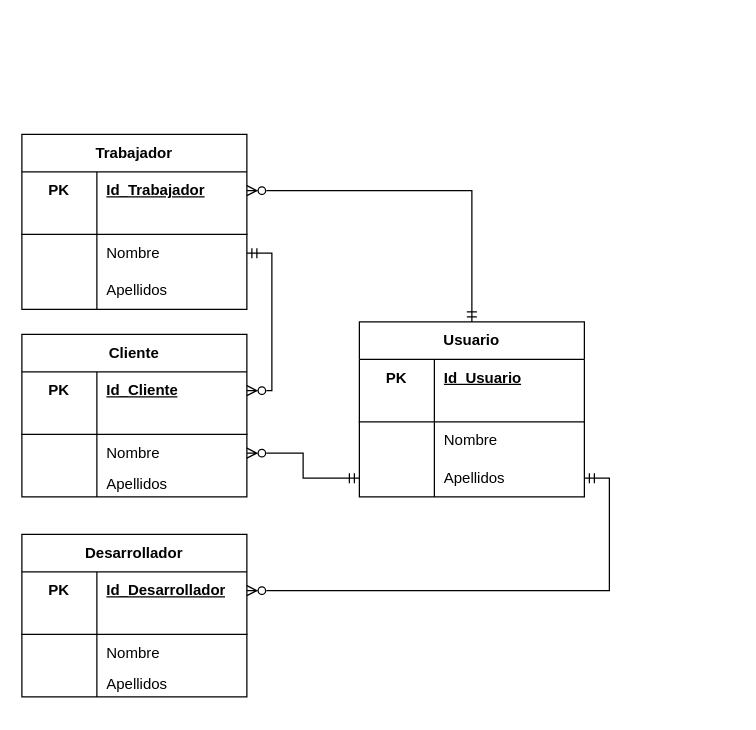
The draw.io diagram Diagrama ER Trabajador.drawio in HuBaMarin/projDespliegue, before the edit. Source tidied: cells renumbered, new cells numbered last; positions are measured from the earlier drawing's top-left corner, leaving out a move shared by most shapes. Both pictures are drawn from the tidied source at 125%, with x=0, y=0 at pixel (21, 134).
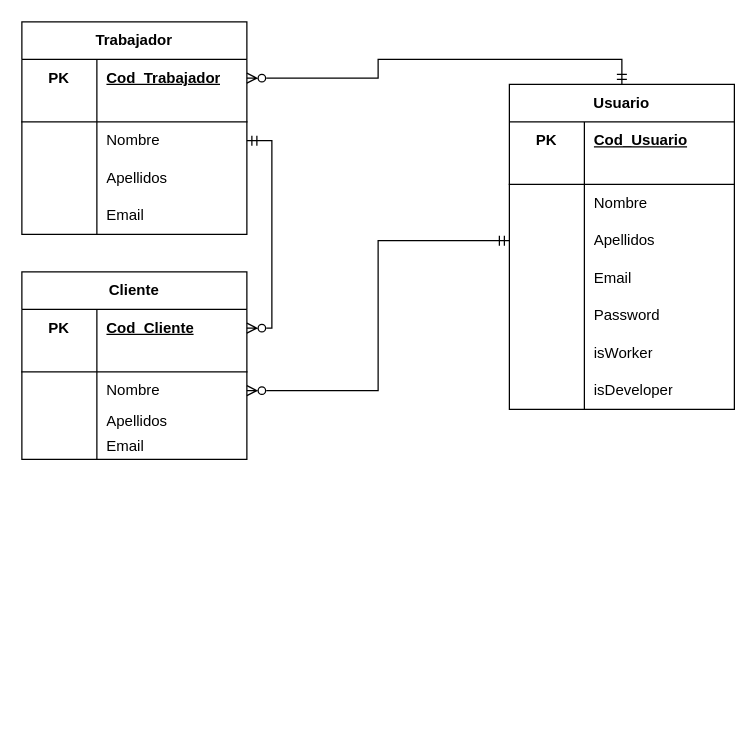
After the change.

The change refers to these unchanged cells:
```xml
<mxCell id="3" style="shape=tableRow;horizontal=0;startSize=0;swimlaneHead=0;swimlaneBody=0;fillColor=none;points=[[0,0.5],[1,0.5]];portConstraint=eastwest;top=0;left=0;right=0;bottom=0;html=1;" parent="2" vertex="1">
  <mxGeometry y="30" width="180" height="30" as="geometry" />
</mxCell>
<mxCell id="16" style="shape=tableRow;horizontal=0;startSize=0;swimlaneHead=0;swimlaneBody=0;fillColor=none;points=[[0,0.5],[1,0.5]];portConstraint=eastwest;top=0;left=0;right=0;bottom=0;html=1;" parent="15" vertex="1">
  <mxGeometry y="30" width="180" height="30" as="geometry" />
</mxCell>
<mxCell id="25" style="shape=tableRow;horizontal=0;startSize=0;swimlaneHead=0;swimlaneBody=0;fillColor=none;points=[[0,0.5],[1,0.5]];portConstraint=eastwest;top=0;left=0;right=0;bottom=0;html=1;" parent="15" vertex="1">
  <mxGeometry y="110" width="180" height="20" as="geometry" />
</mxCell>
<mxCell id="46" style="shape=tableRow;horizontal=0;startSize=0;swimlaneHead=0;swimlaneBody=0;fillColor=none;top=0;left=0;right=0;bottom=0;html=1;" parent="45" vertex="1">
  <mxGeometry y="30" width="180" height="30" as="geometry" />
</mxCell>
<mxCell id="55" style="shape=tableRow;horizontal=0;startSize=0;swimlaneHead=0;swimlaneBody=0;fillColor=none;points=[[0,0.5],[1,0.5]];portConstraint=eastwest;top=0;left=0;right=0;bottom=0;html=1;" parent="45" vertex="1">
  <mxGeometry y="110" width="180" height="30" as="geometry" />
</mxCell>
```

The edit, as a diff of the source:
```diff
@@
     <mxCell id="2" value="Trabajador" style="shape=table;startSize=30;childLayout=tableLayout;rowLines=0;fontStyle=1;align=center;html=1;whiteSpace=wrap;" parent="1" vertex="1">
-      <mxGeometry width="180" height="140" as="geometry" />
+      <mxGeometry y="-90" width="180" height="170" as="geometry" />
     </mxCell>
@@
-    <mxCell id="5" value="Id_Trabajador" style="shape=partialRectangle;fillColor=none;top=0;left=0;bottom=0;right=0;align=left;spacingLeft=6;fontStyle=5;overflow=hidden;html=1;whiteSpace=wrap;" parent="3" vertex="1">
+    <mxCell id="5" value="Cod_Trabajador" style="shape=partialRectangle;fillColor=none;top=0;left=0;bottom=0;right=0;align=left;spacingLeft=6;fontStyle=5;overflow=hidden;html=1;whiteSpace=wrap;" parent="3" vertex="1">
       <mxGeometry x="60" width="120" height="30" as="geometry" />
     </mxCell>
@@
+    <mxCell id="61" style="shape=tableRow;horizontal=0;startSize=0;swimlaneHead=0;swimlaneBody=0;fillColor=none;top=0;left=0;right=0;bottom=0;html=1;" parent="2" vertex="1">
+      <mxGeometry y="140" width="180" height="30" as="geometry" />
+    </mxCell>
+    <mxCell id="62" style="shape=partialRectangle;fillColor=none;top=0;left=0;bottom=0;right=0;overflow=hidden;html=1;whiteSpace=wrap;" parent="61" vertex="1">
+      <mxGeometry width="60" height="30" as="geometry" />
+    </mxCell>
+    <mxCell id="63" value="Email" style="shape=partialRectangle;fillColor=none;top=0;left=0;bottom=0;right=0;align=left;spacingLeft=6;overflow=hidden;html=1;whiteSpace=wrap;" parent="61" vertex="1">
+      <mxGeometry x="60" width="120" height="30" as="geometry" />
+    </mxCell>
     <mxCell id="15" value="Cliente" style="shape=table;startSize=30;childLayout=tableLayout;rowLines=0;fontStyle=1;align=center;html=1;whiteSpace=wrap;" parent="1" vertex="1">
-      <mxGeometry y="160" width="180" height="130" as="geometry" />
+      <mxGeometry y="110" width="180" height="150" as="geometry" />
     </mxCell>
@@
-    <mxCell id="18" value="Id_Cliente" style="shape=partialRectangle;fillColor=none;top=0;left=0;bottom=0;right=0;align=left;spacingLeft=6;fontStyle=5;overflow=hidden;html=1;whiteSpace=wrap;" parent="16" vertex="1">
+    <mxCell id="18" value="Cod_Cliente" style="shape=partialRectangle;fillColor=none;top=0;left=0;bottom=0;right=0;align=left;spacingLeft=6;fontStyle=5;overflow=hidden;html=1;whiteSpace=wrap;" parent="16" vertex="1">
       <mxGeometry x="60" width="120" height="30" as="geometry" />
     </mxCell>
@@
-    <mxCell id="28" style="edgeStyle=orthogonalEdgeStyle;rounded=0;jettySize=auto;html=1;exitX=0.5;exitY=1;exitDx=0;exitDy=0;entryX=0.497;entryY=1.037;entryDx=0;entryDy=0;entryPerimeter=0;" parent="15" edge="1" source="15" target="25">
-      <mxGeometry relative="1" as="geometry" />
-    </mxCell>
+    <mxCell id="64" style="shape=tableRow;horizontal=0;startSize=0;swimlaneHead=0;swimlaneBody=0;fillColor=none;top=0;left=0;right=0;bottom=0;html=1;" parent="15" vertex="1">
+      <mxGeometry y="130" width="180" height="20" as="geometry" />
+    </mxCell>
+    <mxCell id="42" style="shape=partialRectangle;fillColor=none;top=0;left=0;bottom=0;right=0;overflow=hidden;html=1;whiteSpace=wrap;" parent="64" vertex="1">
+      <mxGeometry width="60" height="20" as="geometry" />
+    </mxCell>
+    <mxCell id="65" value="Email" style="shape=partialRectangle;fillColor=none;top=0;left=0;bottom=0;right=0;align=left;spacingLeft=6;overflow=hidden;html=1;whiteSpace=wrap;" parent="64" vertex="1">
+      <mxGeometry x="60" width="120" height="20" as="geometry" />
+    </mxCell>
@@
-    <mxCell id="31" value="Desarrollador" style="shape=table;startSize=30;childLayout=tableLayout;rowLines=0;fontStyle=1;align=center;html=1;whiteSpace=wrap;" parent="1" vertex="1">
-      <mxGeometry y="320" width="180" height="130" as="geometry" />
-    </mxCell>
-    <mxCell id="32" style="shape=tableRow;horizontal=0;startSize=0;swimlaneHead=0;swimlaneBody=0;fillColor=none;points=[[0,0.5],[1,0.5]];portConstraint=eastwest;top=0;left=0;right=0;bottom=0;html=1;" parent="31" vertex="1">
-      <mxGeometry y="30" width="180" height="30" as="geometry" />
-    </mxCell>
-    <mxCell id="33" value="PK" style="shape=partialRectangle;fillColor=none;top=0;left=0;bottom=0;right=0;fontStyle=1;overflow=hidden;html=1;whiteSpace=wrap;" parent="32" vertex="1">
-      <mxGeometry width="60" height="30" as="geometry" />
-    </mxCell>
-    <mxCell id="34" value="Id_Desarrollador" style="shape=partialRectangle;fillColor=none;top=0;left=0;bottom=0;right=0;align=left;spacingLeft=6;fontStyle=5;overflow=hidden;html=1;whiteSpace=wrap;" parent="32" vertex="1">
-      <mxGeometry x="60" width="120" height="30" as="geometry" />
-    </mxCell>
-    <mxCell id="35" style="shape=tableRow;horizontal=0;startSize=0;swimlaneHead=0;swimlaneBody=0;fillColor=none;top=0;left=0;right=0;bottom=1;html=1;" parent="31" vertex="1">
-      <mxGeometry y="60" width="180" height="20" as="geometry" />
-    </mxCell>
-    <mxCell id="36" style="shape=partialRectangle;fillColor=none;top=0;left=0;bottom=0;right=0;fontStyle=1;overflow=hidden;html=1;whiteSpace=wrap;" parent="35" vertex="1">
-      <mxGeometry width="60" height="20" as="geometry" />
-    </mxCell>
-    <mxCell id="37" style="shape=partialRectangle;fillColor=none;top=0;left=0;bottom=0;right=0;align=left;spacingLeft=6;fontStyle=5;overflow=hidden;html=1;whiteSpace=wrap;" parent="35" vertex="1">
-      <mxGeometry x="60" width="120" height="20" as="geometry" />
-    </mxCell>
-    <mxCell id="38" style="shape=tableRow;horizontal=0;startSize=0;swimlaneHead=0;swimlaneBody=0;fillColor=none;top=0;left=0;right=0;bottom=0;html=1;" parent="31" vertex="1">
-      <mxGeometry y="80" width="180" height="30" as="geometry" />
-    </mxCell>
-    <mxCell id="39" style="shape=partialRectangle;fillColor=none;top=0;left=0;bottom=0;right=0;overflow=hidden;html=1;whiteSpace=wrap;" parent="38" vertex="1">
-      <mxGeometry width="60" height="30" as="geometry" />
-    </mxCell>
-    <mxCell id="40" value="Nombre" style="shape=partialRectangle;fillColor=none;top=0;left=0;bottom=0;right=0;align=left;spacingLeft=6;overflow=hidden;html=1;whiteSpace=wrap;" parent="38" vertex="1">
-      <mxGeometry x="60" width="120" height="30" as="geometry" />
-    </mxCell>
-    <mxCell id="41" style="shape=tableRow;horizontal=0;startSize=0;swimlaneHead=0;swimlaneBody=0;fillColor=none;points=[[0,0.5],[1,0.5]];portConstraint=eastwest;top=0;left=0;right=0;bottom=0;html=1;" parent="31" vertex="1">
-      <mxGeometry y="110" width="180" height="20" as="geometry" />
-    </mxCell>
-    <mxCell id="42" style="shape=partialRectangle;fillColor=none;top=0;left=0;bottom=0;right=0;overflow=hidden;html=1;whiteSpace=wrap;" parent="41" vertex="1">
-      <mxGeometry width="60" height="20" as="geometry" />
-    </mxCell>
-    <mxCell id="43" value="Apellidos" style="shape=partialRectangle;fillColor=none;top=0;left=0;bottom=0;right=0;align=left;spacingLeft=6;overflow=hidden;html=1;whiteSpace=wrap;" parent="41" vertex="1">
-      <mxGeometry x="60" width="120" height="20" as="geometry" />
-    </mxCell>
-    <mxCell id="44" style="edgeStyle=orthogonalEdgeStyle;rounded=0;jettySize=auto;html=1;exitX=0.5;exitY=1;exitDx=0;exitDy=0;entryX=0.497;entryY=1.037;entryDx=0;entryDy=0;entryPerimeter=0;" parent="31" edge="1" source="31" target="41">
-      <mxGeometry relative="1" as="geometry" />
-    </mxCell>
     <mxCell id="45" value="Usuario" style="shape=table;startSize=30;childLayout=tableLayout;rowLines=0;fontStyle=1;align=center;html=1;whiteSpace=wrap;" parent="1" vertex="1">
-      <mxGeometry x="270" y="150" width="180" height="140" as="geometry" />
+      <mxGeometry x="390" y="-40" width="180" height="260" as="geometry" />
     </mxCell>
@@
-    <mxCell id="48" value="Id_Usuario" style="shape=partialRectangle;fillColor=none;top=0;left=0;bottom=0;right=0;align=left;spacingLeft=6;fontStyle=5;overflow=hidden;html=1;whiteSpace=wrap;" parent="46" vertex="1">
+    <mxCell id="48" value="Cod_Usuario" style="shape=partialRectangle;fillColor=none;top=0;left=0;bottom=0;right=0;align=left;spacingLeft=6;fontStyle=5;overflow=hidden;html=1;whiteSpace=wrap;" parent="46" vertex="1">
       <mxGeometry x="60" width="120" height="30" as="geometry" />
     </mxCell>
@@
+    <mxCell id="66" style="shape=tableRow;horizontal=0;startSize=0;swimlaneHead=0;swimlaneBody=0;fillColor=none;top=0;left=0;right=0;bottom=0;html=1;" parent="45" vertex="1">
+      <mxGeometry y="140" width="180" height="30" as="geometry" />
+    </mxCell>
+    <mxCell id="67" style="shape=partialRectangle;fillColor=none;top=0;left=0;bottom=0;right=0;overflow=hidden;html=1;whiteSpace=wrap;" parent="66" vertex="1">
+      <mxGeometry width="60" height="30" as="geometry" />
+    </mxCell>
+    <mxCell id="68" value="Email" style="shape=partialRectangle;fillColor=none;top=0;left=0;bottom=0;right=0;align=left;spacingLeft=6;overflow=hidden;html=1;whiteSpace=wrap;" parent="66" vertex="1">
+      <mxGeometry x="60" width="120" height="30" as="geometry" />
+    </mxCell>
+    <mxCell id="69" style="shape=tableRow;horizontal=0;startSize=0;swimlaneHead=0;swimlaneBody=0;fillColor=none;top=0;left=0;right=0;bottom=0;html=1;" parent="45" vertex="1">
+      <mxGeometry y="170" width="180" height="30" as="geometry" />
+    </mxCell>
+    <mxCell id="70" style="shape=partialRectangle;fillColor=none;top=0;left=0;bottom=0;right=0;overflow=hidden;html=1;whiteSpace=wrap;" parent="69" vertex="1">
+      <mxGeometry width="60" height="30" as="geometry" />
+    </mxCell>
+    <mxCell id="71" value="Password" style="shape=partialRectangle;fillColor=none;top=0;left=0;bottom=0;right=0;align=left;spacingLeft=6;overflow=hidden;html=1;whiteSpace=wrap;" parent="69" vertex="1">
+      <mxGeometry x="60" width="120" height="30" as="geometry" />
+    </mxCell>
+    <mxCell id="72" style="shape=tableRow;horizontal=0;startSize=0;swimlaneHead=0;swimlaneBody=0;fillColor=none;top=0;left=0;right=0;bottom=0;html=1;" parent="45" vertex="1">
+      <mxGeometry y="200" width="180" height="30" as="geometry" />
+    </mxCell>
+    <mxCell id="73" style="shape=partialRectangle;fillColor=none;top=0;left=0;bottom=0;right=0;overflow=hidden;html=1;whiteSpace=wrap;" parent="72" vertex="1">
+      <mxGeometry width="60" height="30" as="geometry" />
+    </mxCell>
+    <mxCell id="74" value="isWorker" style="shape=partialRectangle;fillColor=none;top=0;left=0;bottom=0;right=0;align=left;spacingLeft=6;overflow=hidden;html=1;whiteSpace=wrap;" parent="72" vertex="1">
+      <mxGeometry x="60" width="120" height="30" as="geometry" />
+    </mxCell>
+    <mxCell id="75" style="shape=tableRow;horizontal=0;startSize=0;swimlaneHead=0;swimlaneBody=0;fillColor=none;top=0;left=0;right=0;bottom=0;html=1;" parent="45" vertex="1">
+      <mxGeometry y="230" width="180" height="30" as="geometry" />
+    </mxCell>
+    <mxCell id="76" style="shape=partialRectangle;fillColor=none;top=0;left=0;bottom=0;right=0;overflow=hidden;html=1;whiteSpace=wrap;" parent="75" vertex="1">
+      <mxGeometry width="60" height="30" as="geometry" />
+    </mxCell>
+    <mxCell id="77" value="isDeveloper" style="shape=partialRectangle;fillColor=none;top=0;left=0;bottom=0;right=0;align=left;spacingLeft=6;overflow=hidden;html=1;whiteSpace=wrap;" parent="75" vertex="1">
+      <mxGeometry x="60" width="120" height="30" as="geometry" />
+    </mxCell>
@@
-    <mxCell id="60" style="edgeStyle=orthogonalEdgeStyle;rounded=0;jettySize=auto;html=1;entryX=1;entryY=0.5;entryDx=0;entryDy=0;endArrow=ERmandOne;endFill=0;startArrow=ERzeroToMany;startFill=0;" parent="1" edge="1" source="32" target="55">
-      <mxGeometry relative="1" as="geometry" />
-    </mxCell>
```
